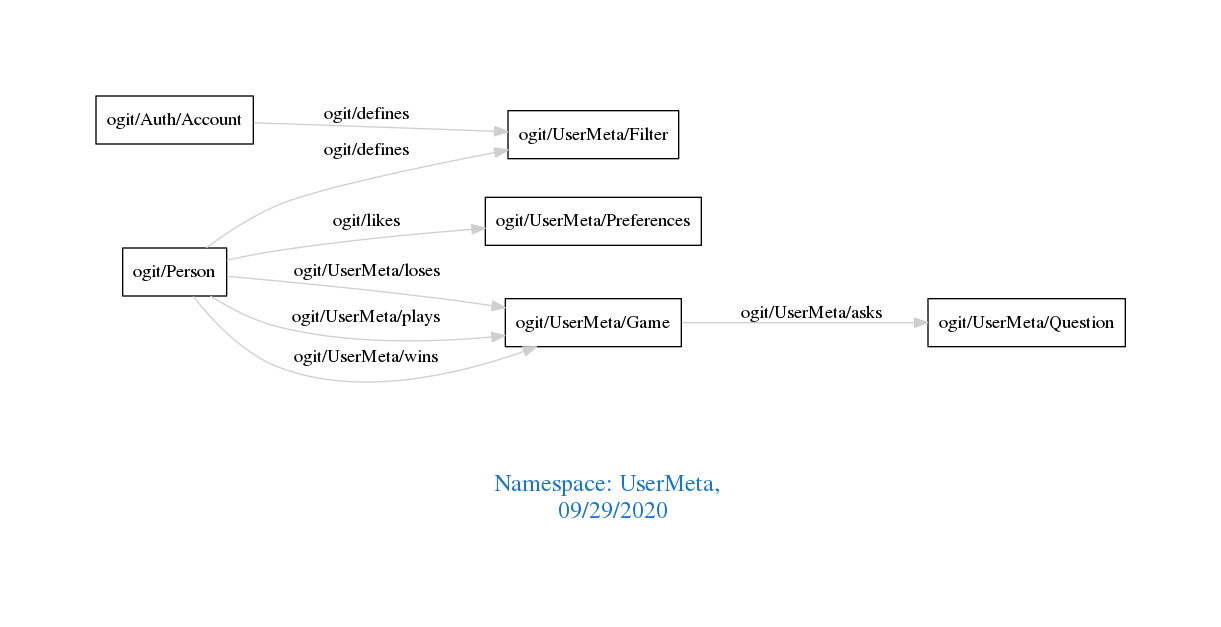
This is downloads/UserMeta.png from arago/OGIT, a Graphviz export, as it was before one commit. Its source is kept beside it as downloads/UserMeta.dot.
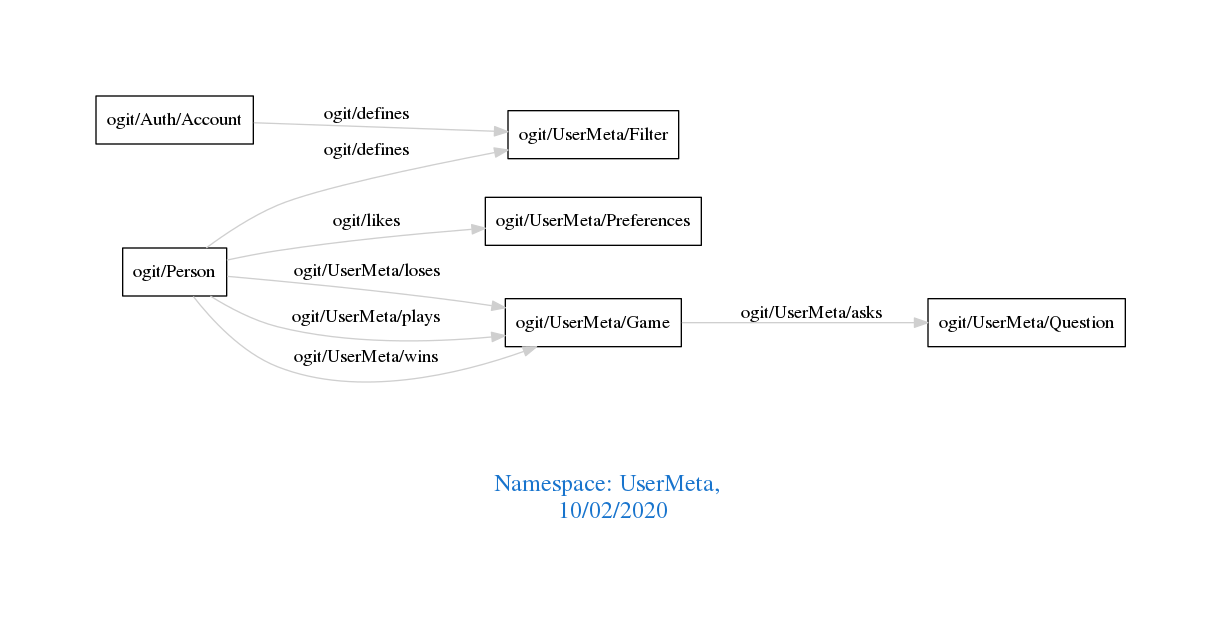
The same diagram one commit later.

Diff of the diagram source:
```diff
@@ -1,7 +1,7 @@
 digraph OGIT_ontology {
  graph [ rankdir= LR,pad=1
 fontsize = 18,
-fontcolor= dodgerblue3,label = "\n\n\nNamespace: UserMeta, \n 09/29/2020"];
+fontcolor= dodgerblue3,label = "\n\n\nNamespace: UserMeta, \n 10/02/2020"];
 node[shape=polygon];
 edge [  color="gray81"];
 
```
